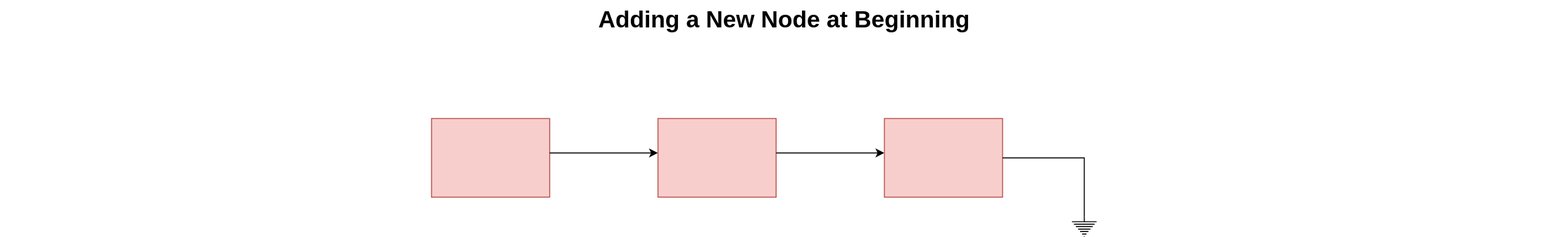
Bijit-Mondal/DSA keeps this draw.io diagram as Singly Linked List/Untitled Diagram.drawio.svg. Above is the earlier version. Source tidied: cells renumbered, new cells last; positions are measured from the earlier drawing's top-left corner, leaving out a move shared by most shapes.
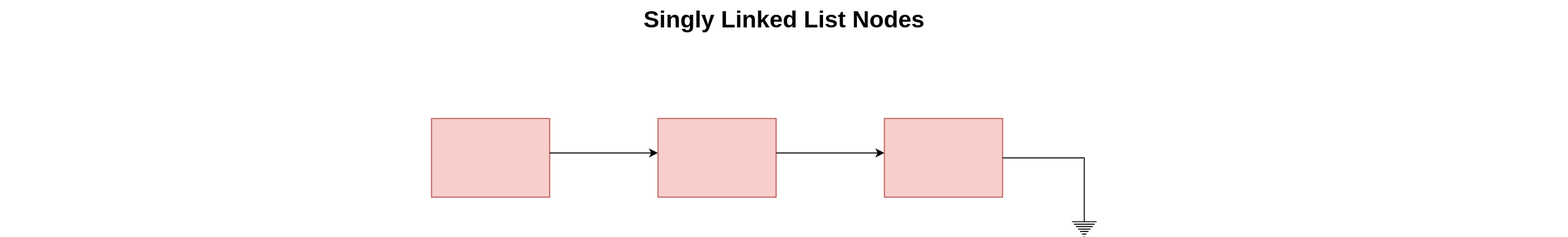
Later version of the same file.

Commit message:
Singly Insert At Beginning

The edit, as a diff of the source:
```diff
@@ -2,7 +2,7 @@
   <root>
     <mxCell id="0" style="html=1;" />
     <mxCell id="1" style="html=1;" parent="0" />
-    <mxCell id="2" value="Adding a New Node at Beginning" style="text;strokeColor=none;fillColor=none;html=1;fontSize=24;fontStyle=1;verticalAlign=middle;align=center;" parent="1" vertex="1">
+    <mxCell id="2" value="Singly Linked List Nodes" style="text;strokeColor=none;fillColor=none;html=1;fontSize=24;fontStyle=1;verticalAlign=middle;align=center;" parent="1" vertex="1">
       <mxGeometry width="1590" height="40" as="geometry" />
     </mxCell>
     <mxCell id="3" style="rounded=0;whiteSpace=wrap;html=1;fillColor=#f8cecc;strokeColor=#b85450;" parent="1" vertex="1">
```
